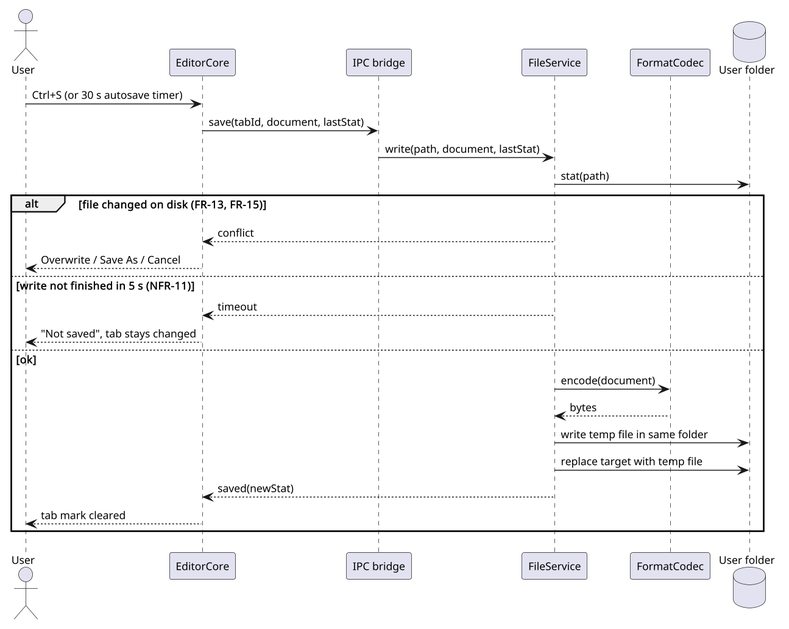
Above: docs/images/03-sequence-save.png in fillicianoplong/obelisk (PlantUML), before the change. Its diagram source:
```plantuml
@startuml obelisk_sequence_save
skinparam shadowing false
skinparam defaultFontName Arial
skinparam defaultFontSize 12
skinparam dpi 140
actor User
participant "EditorCore" as Core
participant "IPC bridge" as IPC
participant "FileService" as FS
participant "FormatCodec" as Codec
database "User folder" as Disk
User -> Core : Ctrl+S (or 30 s autosave timer)
Core -> IPC : save(tabId, document, lastStat)
IPC -> FS : write(path, document, lastStat)
FS -> Disk : stat(path)
alt file changed on disk (FR-13, FR-15)
  FS --> Core : conflict
  Core --> User : Overwrite / Save As / Cancel
else write not finished in 5 s (NFR-11)
  FS --> Core : timeout
  Core --> User : "Not saved", tab stays changed
else ok
  FS -> Codec : encode(document)
  Codec --> FS : bytes
  FS -> Disk : write temp file in same folder
  FS -> Disk : replace target with temp file
  FS --> Core : saved(newStat)
  Core --> User : tab mark cleared
end
@enduml
```
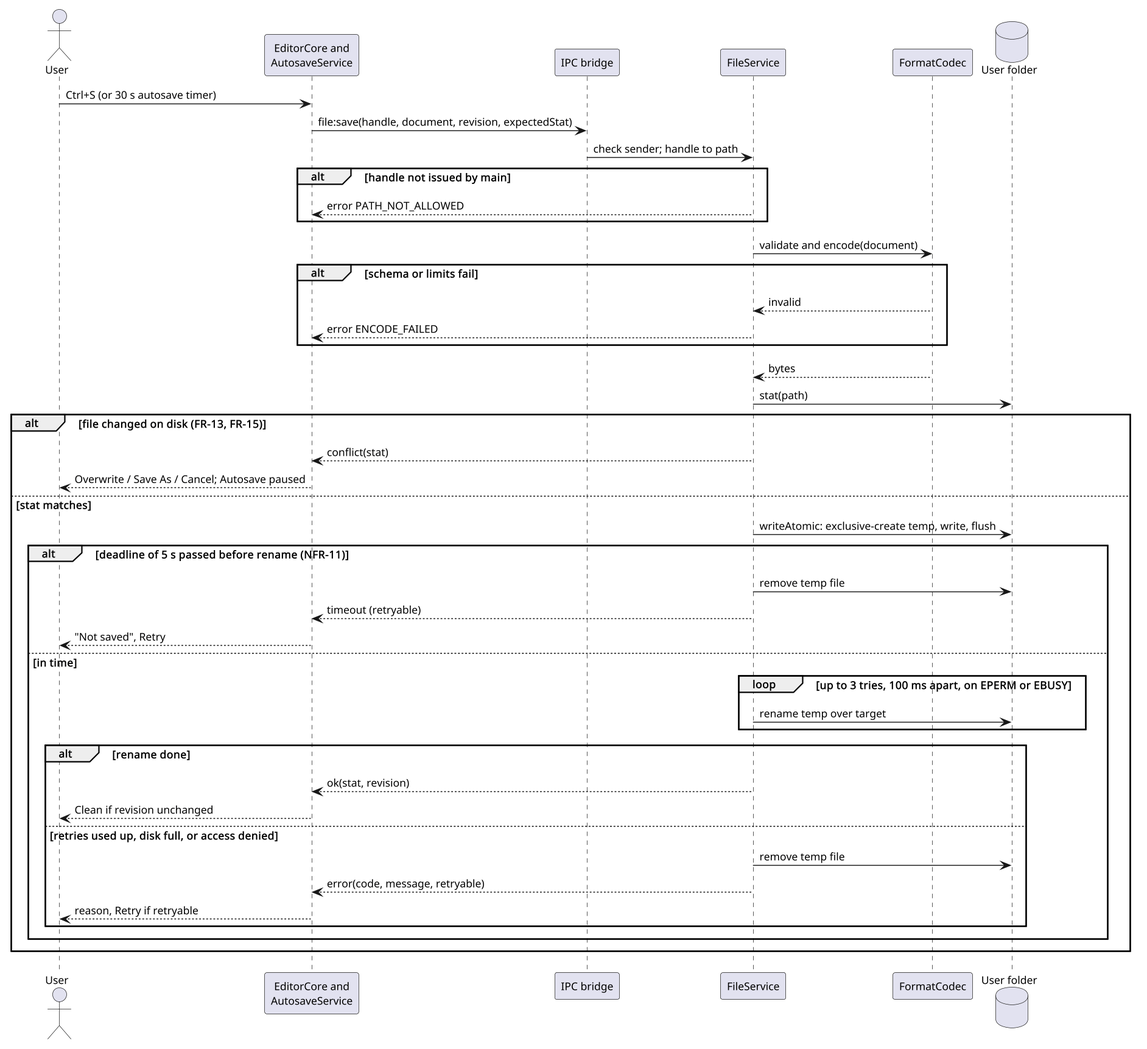
Above is the later version.

What changed in the source:
```diff
@@ -4,27 +4,45 @@
 skinparam defaultFontSize 12
 skinparam dpi 140
 actor User
-participant "EditorCore" as Core
+participant "EditorCore and\nAutosaveService" as Core
 participant "IPC bridge" as IPC
 participant "FileService" as FS
 participant "FormatCodec" as Codec
 database "User folder" as Disk
 User -> Core : Ctrl+S (or 30 s autosave timer)
-Core -> IPC : save(tabId, document, lastStat)
-IPC -> FS : write(path, document, lastStat)
+Core -> IPC : file:save(handle, document, revision, expectedStat)
+IPC -> FS : check sender; handle to path
+alt handle not issued by main
+  FS --> Core : error PATH_NOT_ALLOWED
+end
+FS -> Codec : validate and encode(document)
+alt schema or limits fail
+  Codec --> FS : invalid
+  FS --> Core : error ENCODE_FAILED
+end
+Codec --> FS : bytes
 FS -> Disk : stat(path)
 alt file changed on disk (FR-13, FR-15)
-  FS --> Core : conflict
-  Core --> User : Overwrite / Save As / Cancel
-else write not finished in 5 s (NFR-11)
-  FS --> Core : timeout
-  Core --> User : "Not saved", tab stays changed
-else ok
-  FS -> Codec : encode(document)
-  Codec --> FS : bytes
-  FS -> Disk : write temp file in same folder
-  FS -> Disk : replace target with temp file
-  FS --> Core : saved(newStat)
-  Core --> User : tab mark cleared
+  FS --> Core : conflict(stat)
+  Core --> User : Overwrite / Save As / Cancel; Autosave paused
+else stat matches
+  FS -> Disk : writeAtomic: exclusive-create temp, write, flush
+  alt deadline of 5 s passed before rename (NFR-11)
+    FS -> Disk : remove temp file
+    FS --> Core : timeout (retryable)
+    Core --> User : "Not saved", Retry
+  else in time
+    loop up to 3 tries, 100 ms apart, on EPERM or EBUSY
+      FS -> Disk : rename temp over target
+    end
+    alt rename done
+      FS --> Core : ok(stat, revision)
+      Core --> User : Clean if revision unchanged
+    else retries used up, disk full, or access denied
+      FS -> Disk : remove temp file
+      FS --> Core : error(code, message, retryable)
+      Core --> User : reason, Retry if retryable
+    end
+  end
 end
 @enduml
```
